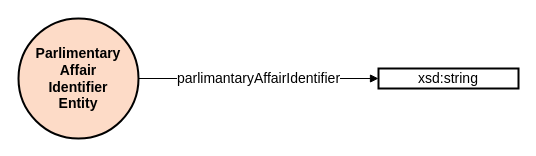
Earlier version of the draw.io diagram figures/national_parliament_identifier.drawio (swiss/ch-paf-link). Source tidied: cells renumbered, new cells numbered last; positions are measured from the earlier drawing's top-left corner, leaving out a move shared by most shapes. Both pictures are drawn from the tidied source at 100%, with x=0, y=0 at pixel (18, 18).
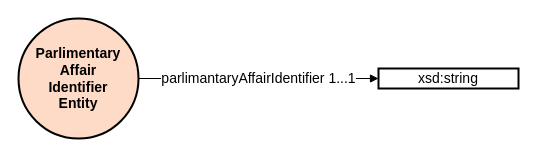
Above is the later version.

The edit, as a diff of the source:
```diff
@@
 <mxGraphModel>
   <root>
     <mxCell id="0" />
     <mxCell id="1" parent="0" />
     <mxCell id="2" value="&lt;b&gt;Parlimentary&lt;br&gt;Affair&lt;br&gt;Identifier&lt;br&gt;Entity&lt;/b&gt;" style="ellipse;whiteSpace=wrap;html=1;rounded=0;shadow=0;glass=0;comic=0;strokeColor=#000000;strokeWidth=2;fillColor=#fddbc7;gradientColor=none;fontSize=14;fontColor=#000000;align=center;" parent="1" vertex="1">
       <mxGeometry width="120" height="120" as="geometry" />
     </mxCell>
-    <mxCell id="3" value="parlimantaryAffairIdentifier" style="endArrow=block;html=1;strokeColor=#000000;fontSize=14;fontColor=#000000;endFill=1;exitX=1;exitY=0.5;exitDx=0;exitDy=0;entryX=0;entryY=0.5;entryDx=0;entryDy=0;" parent="1" edge="1" source="2" target="4">
+    <mxCell id="3" value="parlimantaryAffairIdentifier 1...1" style="endArrow=block;html=1;strokeColor=#000000;fontSize=14;fontColor=#000000;endFill=1;exitX=1;exitY=0.5;exitDx=0;exitDy=0;entryX=0;entryY=0.5;entryDx=0;entryDy=0;" parent="1" edge="1" source="2" target="4">
       <mxGeometry relative="1" as="geometry" />
     </mxCell>
     <mxCell id="4" value="xsd:string" style="whiteSpace=wrap;html=1;rounded=0;shadow=0;glass=0;comic=0;strokeColor=#000000;strokeWidth=2;fillColor=#FFFFFF;gradientColor=none;fontSize=14;fontColor=#000000;align=center;" parent="1" vertex="1">
       <mxGeometry x="360" y="50" width="140" height="20" as="geometry" />
     </mxCell>
   </root>
 </mxGraphModel>
```
